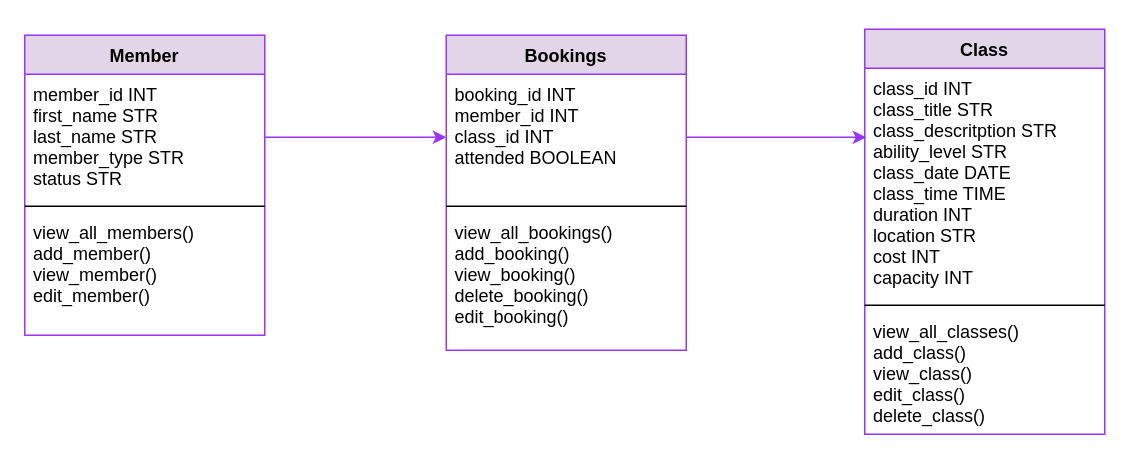
This is diagrams/project_class_diagram.drawio from M5FGN/codeclan_project_gymclan, a draw.io file, before an edit. Source tidied: cells renumbered, new cells numbered last; positions are measured from the earlier drawing's top-left corner, leaving out a move shared by most shapes. Both pictures are drawn from the tidied source at 150%, with x=0, y=0 at pixel (24, 28).
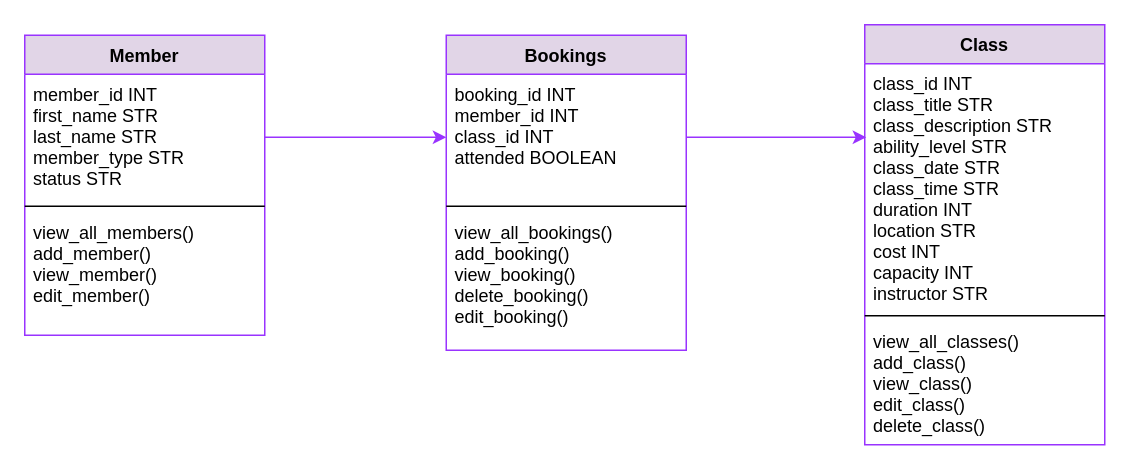
The same page after the edit.

Diff of the diagram source:
```diff
@@
 <mxGraphModel>
   <root>
     <mxCell id="0" />
     <mxCell id="1" parent="0" />
     <mxCell id="2" value="Member" style="swimlane;fontStyle=1;align=center;verticalAlign=top;horizontal=1;startSize=26;fillColor=#e1d5e7;strokeColor=#9933FF;" parent="1" vertex="1">
       <mxGeometry y="4" width="160" height="200" as="geometry" />
     </mxCell>
     <mxCell id="3" value="member_id INT&#10;first_name STR&#10;last_name STR&#10;member_type STR&#10;status STR" style="text;strokeColor=none;fillColor=none;align=left;verticalAlign=top;spacingLeft=4;spacingRight=4;overflow=hidden;points=[[0,0.5],[1,0.5]];portConstraint=eastwest;" parent="2" vertex="1">
       <mxGeometry y="26" width="160" height="84" as="geometry" />
     </mxCell>
     <mxCell id="4" style="line;strokeWidth=1;fillColor=none;align=left;verticalAlign=middle;spacingTop=-1;spacingLeft=3;spacingRight=3;labelPosition=right;" parent="2" vertex="1">
       <mxGeometry y="110" width="160" height="8" as="geometry" />
     </mxCell>
     <mxCell id="5" value="view_all_members()&#10;add_member()&#10;view_member()&#10;edit_member()" style="text;strokeColor=none;fillColor=none;align=left;verticalAlign=top;spacingLeft=4;spacingRight=4;overflow=hidden;" parent="2" vertex="1">
       <mxGeometry y="118" width="160" height="82" as="geometry" />
     </mxCell>
     <mxCell id="6" value="Bookings" style="swimlane;fontStyle=1;align=center;verticalAlign=top;horizontal=1;startSize=26;fillColor=#e1d5e7;strokeColor=#9933FF;" parent="1" vertex="1">
       <mxGeometry x="281" y="4" width="160" height="210" as="geometry" />
     </mxCell>
     <mxCell id="7" value="booking_id INT&#10;member_id INT&#10;class_id INT&#10;attended BOOLEAN" style="text;strokeColor=none;fillColor=none;align=left;verticalAlign=top;spacingLeft=4;spacingRight=4;overflow=hidden;points=[[0,0.5],[1,0.5]];portConstraint=eastwest;" parent="6" vertex="1">
       <mxGeometry y="26" width="160" height="84" as="geometry" />
     </mxCell>
     <mxCell id="8" style="line;strokeWidth=1;fillColor=none;align=left;verticalAlign=middle;spacingTop=-1;spacingLeft=3;spacingRight=3;labelPosition=right;" parent="6" vertex="1">
       <mxGeometry y="110" width="160" height="8" as="geometry" />
     </mxCell>
     <mxCell id="9" value="view_all_bookings()&#10;add_booking()&#10;view_booking()&#10;delete_booking()&#10;edit_booking()" style="text;strokeColor=none;fillColor=none;align=left;verticalAlign=top;spacingLeft=4;spacingRight=4;overflow=hidden;" parent="6" vertex="1">
       <mxGeometry y="118" width="160" height="92" as="geometry" />
     </mxCell>
     <mxCell id="10" value="Class" style="swimlane;fontStyle=1;align=center;verticalAlign=top;horizontal=1;startSize=26;fillColor=#e1d5e7;strokeColor=#9933FF;" parent="1" vertex="1">
-      <mxGeometry x="560" width="160" height="270" as="geometry" />
+      <mxGeometry x="560" y="-3" width="160" height="280" as="geometry" />
     </mxCell>
-    <mxCell id="11" value="class_id INT&#10;class_title STR&#10;class_descritption STR&#10;ability_level STR&#10;class_date DATE&#10;class_time TIME&#10;duration INT&#10;location STR&#10;cost INT&#10;capacity INT" style="text;strokeColor=none;fillColor=none;align=left;verticalAlign=top;spacingLeft=4;spacingRight=4;overflow=hidden;points=[[0,0.5],[1,0.5]];portConstraint=eastwest;" parent="10" vertex="1">
-      <mxGeometry y="26" width="160" height="154" as="geometry" />
+    <mxCell id="11" value="class_id INT&#10;class_title STR&#10;class_description STR&#10;ability_level STR&#10;class_date STR&#10;class_time STR&#10;duration INT&#10;location STR&#10;cost INT&#10;capacity INT&#10;instructor STR&#10;" style="text;strokeColor=none;fillColor=none;align=left;verticalAlign=top;spacingLeft=4;spacingRight=4;overflow=hidden;points=[[0,0.5],[1,0.5]];portConstraint=eastwest;" parent="10" vertex="1">
+      <mxGeometry y="26" width="160" height="164" as="geometry" />
     </mxCell>
     <mxCell id="12" style="line;strokeWidth=1;fillColor=none;align=left;verticalAlign=middle;spacingTop=-1;spacingLeft=3;spacingRight=3;labelPosition=right;" parent="10" vertex="1">
-      <mxGeometry y="180" width="160" height="8" as="geometry" />
+      <mxGeometry y="190" width="160" height="8" as="geometry" />
     </mxCell>
     <mxCell id="13" value="view_all_classes()&#10;add_class()&#10;view_class()&#10;edit_class()&#10;delete_class()&#10;&#10;" style="text;strokeColor=none;fillColor=none;align=left;verticalAlign=top;spacingLeft=4;spacingRight=4;overflow=hidden;" parent="10" vertex="1">
-      <mxGeometry y="188" width="160" height="82" as="geometry" />
+      <mxGeometry y="198" width="160" height="82" as="geometry" />
     </mxCell>
     <mxCell id="14" style="edgeStyle=orthogonalEdgeStyle;rounded=0;jettySize=auto;html=1;exitX=1;exitY=0.5;exitDx=0;exitDy=0;entryX=0;entryY=0.5;entryDx=0;entryDy=0;strokeColor=#9933FF;" parent="1" edge="1" source="3" target="7">
       <mxGeometry relative="1" as="geometry" />
     </mxCell>
     <mxCell id="15" style="edgeStyle=orthogonalEdgeStyle;rounded=0;jettySize=auto;html=1;exitX=1;exitY=0.5;exitDx=0;exitDy=0;entryX=0.006;entryY=0.299;entryDx=0;entryDy=0;entryPerimeter=0;strokeColor=#9933FF;" parent="1" edge="1" source="7" target="11">
       <mxGeometry relative="1" as="geometry" />
     </mxCell>
   </root>
 </mxGraphModel>
```
